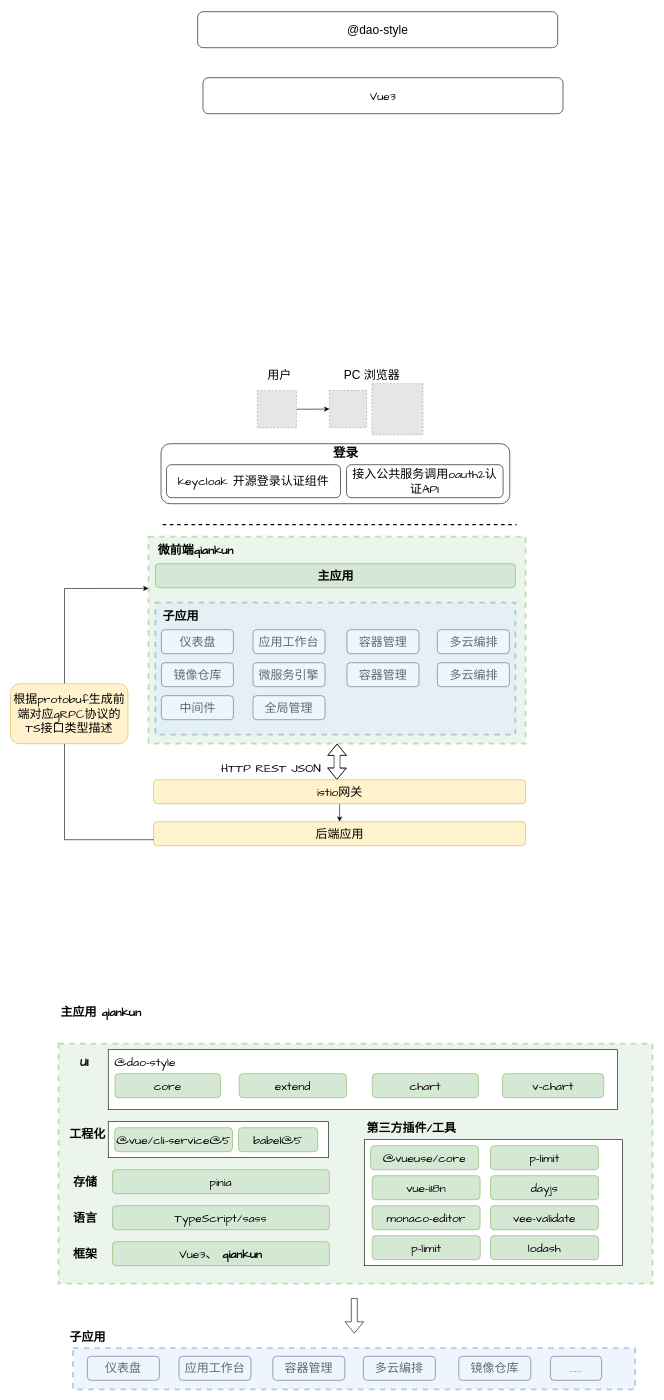
Above: 涌泉微服务前端架构.drawio in Dinosly/fe-interview (draw.io), before the change. Source tidied: cells renumbered, new cells numbered last; positions are measured from the earlier drawing's top-left corner, leaving out a move shared by most shapes. Both pictures are drawn from the tidied source at 60%, with x=0, y=0 at pixel (10, 11). Pictures stored in the file or linked from it are replaced by grey dashed boxes.
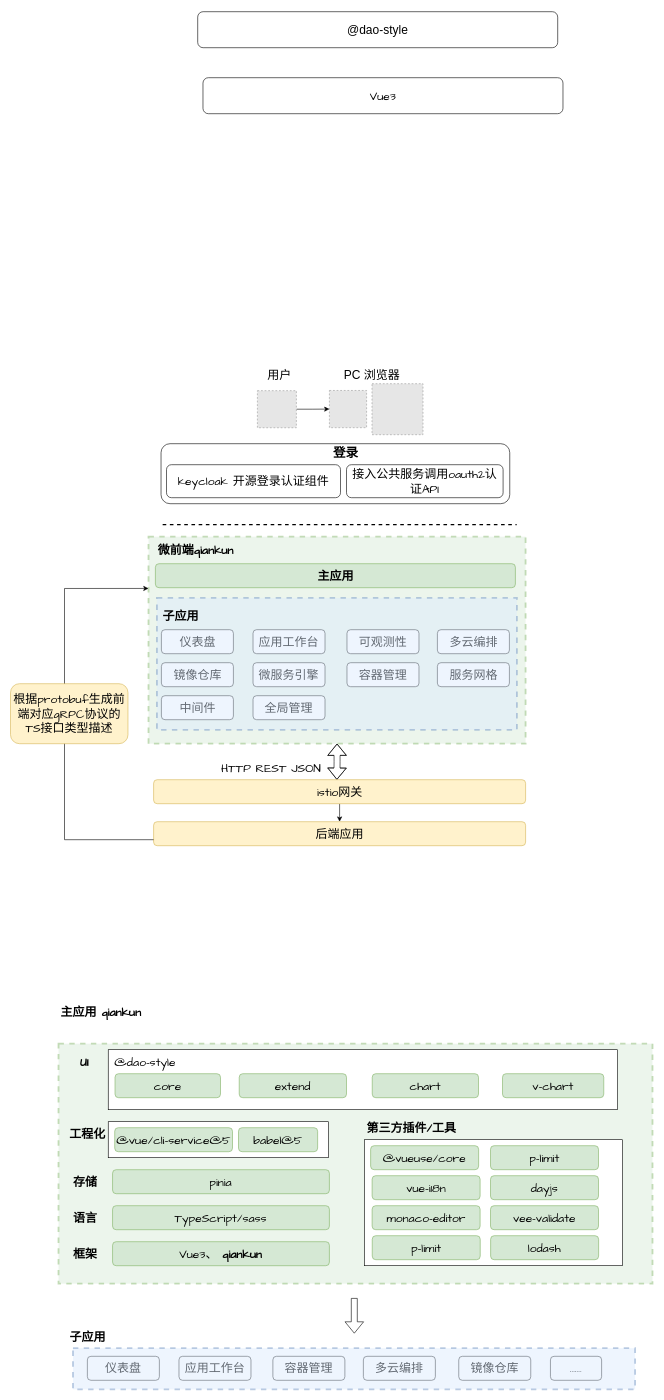
After the change.

Commit message:
更新涌泉微服务前端架构.drawio

The edit, as a diff of the source:
```diff
@@
-    <mxCell id="12" value="容器管理" style="rounded=1;whiteSpace=wrap;html=1;hachureGap=4;fontFamily=Architects Daughter;fontSize=20;glass=0;shadow=0;" parent="1" vertex="1">
+    <mxCell id="12" value="可观测性" style="rounded=1;whiteSpace=wrap;html=1;hachureGap=4;fontFamily=Architects Daughter;fontSize=20;glass=0;shadow=0;" parent="1" vertex="1">
       <mxGeometry x="560.8" y="1030" width="120" height="40" as="geometry" />
     </mxCell>
@@
-    <mxCell id="17" value="多云编排" style="rounded=1;whiteSpace=wrap;html=1;hachureGap=4;fontFamily=Architects Daughter;fontSize=20;glass=0;shadow=0;" parent="1" vertex="1">
+    <mxCell id="17" value="服务网格" style="rounded=1;whiteSpace=wrap;html=1;hachureGap=4;fontFamily=Architects Daughter;fontSize=20;glass=0;shadow=0;" parent="1" vertex="1">
       <mxGeometry x="711.5" y="1085" width="120" height="40" as="geometry" />
     </mxCell>
@@
+    <mxCell id="22" style="rounded=0;whiteSpace=wrap;html=1;hachureGap=4;strokeColor=#6c8ebf;align=center;verticalAlign=middle;fontFamily=Architects Daughter;fontSize=20;fillColor=#dae8fc;opacity=45;strokeWidth=3;dashed=1;" parent="1" vertex="1">
+      <mxGeometry x="244" y="977" width="600" height="220" as="geometry" />
+    </mxCell>
@@
-    <mxCell id="22" style="rounded=0;whiteSpace=wrap;html=1;hachureGap=4;strokeColor=#6c8ebf;align=center;verticalAlign=middle;fontFamily=Architects Daughter;fontSize=20;fillColor=#dae8fc;opacity=45;strokeWidth=3;dashed=1;" parent="1" vertex="1">
-      <mxGeometry x="241.5" y="985" width="600" height="220" as="geometry" />
-    </mxCell>
```
